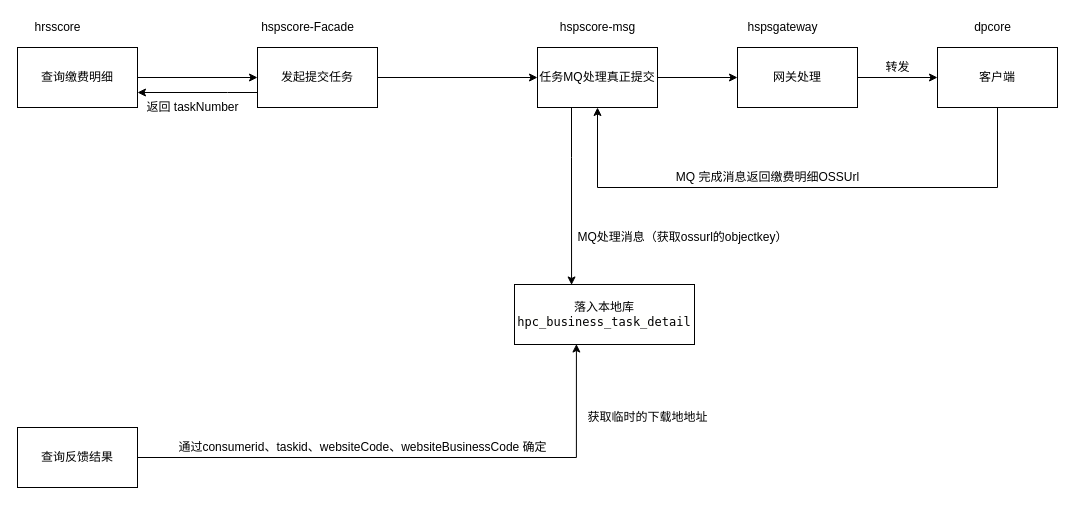
YYB1024/myRemoteRepo keeps this draw.io diagram as 深圳-缴费明细返回execel流程图.drawio. Above is the earlier version. Source tidied: cells renumbered, new cells numbered last; positions are measured from the earlier drawing's top-left corner, leaving out a move shared by most shapes. Both pictures are drawn from the tidied source at 100%, with x=0, y=0 at pixel (17, 17).
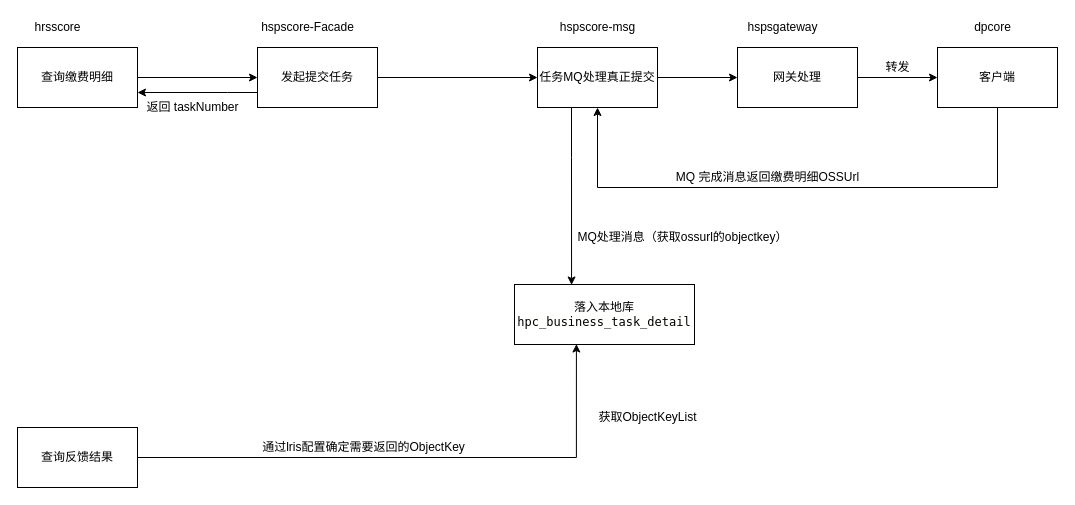
After the change.

Commit message:
更新深圳-缴费明细返回execel流程图.drawio

The edit, as a diff of the source:
```diff
@@
-    <mxCell id="25" value="通过consumerid、taskid、websiteCode、websiteBusinessCode 确定" style="text;html=1;align=center;verticalAlign=middle;strokeColor=none;fillColor=none;" parent="1" vertex="1">
-      <mxGeometry x="155" y="420" width="380" height="20" as="geometry" />
+    <mxCell id="25" value="通过lris配置确定需要返回的ObjectKey" style="text;html=1;align=center;verticalAlign=middle;strokeColor=none;fillColor=none;" parent="1" vertex="1">
+      <mxGeometry x="239" y="421" width="213" height="18" as="geometry" />
     </mxCell>
-    <mxCell id="26" value="获取临时的下载地地址" style="text;html=1;align=center;verticalAlign=middle;strokeColor=none;fillColor=none;" parent="1" vertex="1">
-      <mxGeometry x="560" y="390" width="140" height="20" as="geometry" />
+    <mxCell id="26" value="获取ObjectKeyList" style="text;html=1;align=center;verticalAlign=middle;strokeColor=none;fillColor=none;" parent="1" vertex="1">
+      <mxGeometry x="576" y="391" width="108" height="18" as="geometry" />
     </mxCell>
```
